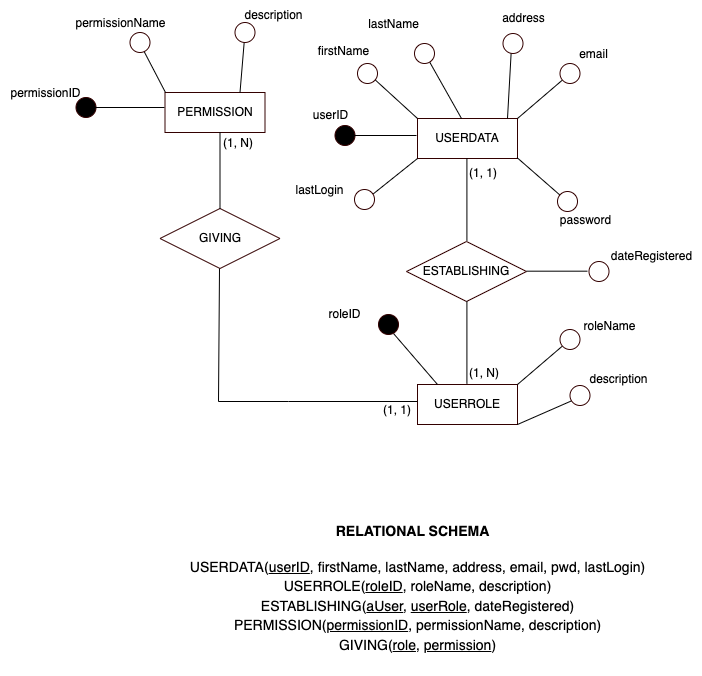
Before: schema/e-r_model_users.png, a diagram exported from draw.io (malrau/da_wp_project). Source tidied: cells renumbered, new cells last; positions are measured from the earlier drawing's top-left corner, leaving out a move shared by most shapes.
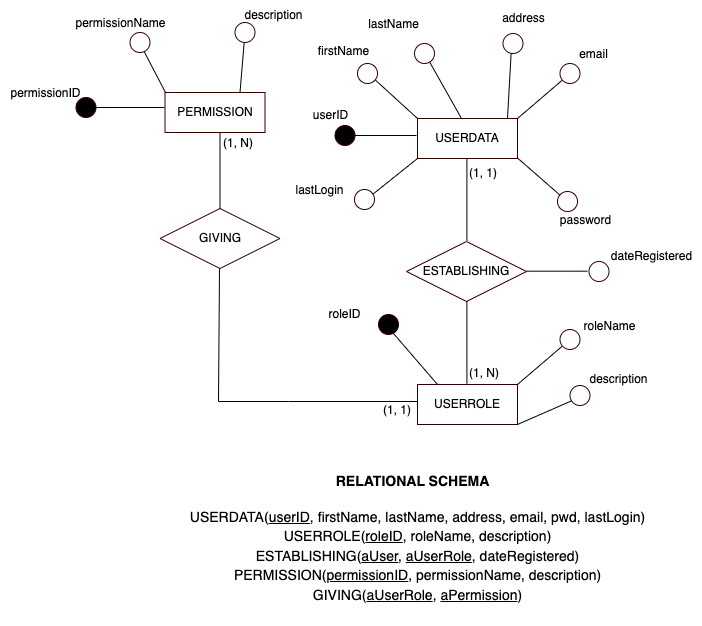
The same file after the commit.

Commit message:
Perform undone changes to user management database schema to avoid using MySQL keywords in table names and attribute names

What changed in the source:
```diff
@@ -107,11 +107,11 @@
     <mxCell id="27" value="password" style="text;html=1;align=center;verticalAlign=middle;strokeColor=none;fillColor=none;" parent="1" vertex="1">
       <mxGeometry x="550.5" y="205" width="70" height="30" as="geometry" />
     </mxCell>
-    <mxCell id="28" value="&lt;p style=&quot;line-height: 140%;&quot;&gt;USERDATA(&lt;u&gt;userID&lt;/u&gt;, firstName, lastName, address, email, pwd,&amp;nbsp;lastLogin)&lt;br&gt;USERROLE(&lt;u&gt;roleID&lt;/u&gt;, roleName, description)&lt;br style=&quot;border-color: var(--border-color);&quot;&gt;ESTABLISHING(&lt;u&gt;aUser&lt;/u&gt;, &lt;u&gt;userRole&lt;/u&gt;, dateRegistered)&lt;br&gt;PERMISSION(&lt;u&gt;permissionID&lt;/u&gt;, permissionName, description)&lt;br style=&quot;border-color: var(--border-color);&quot;&gt;GIVING(&lt;u&gt;role&lt;/u&gt;, &lt;u&gt;permission&lt;/u&gt;)&lt;br&gt;&lt;/p&gt;" style="text;html=1;align=center;verticalAlign=middle;strokeColor=none;fillColor=none;fontSize=14;" parent="1" vertex="1">
-      <mxGeometry x="178" y="536" width="480" height="140" as="geometry" />
+    <mxCell id="28" value="&lt;p style=&quot;line-height: 140%;&quot;&gt;USERDATA(&lt;u&gt;userID&lt;/u&gt;, firstName, lastName, address, email, pwd,&amp;nbsp;lastLogin)&lt;br&gt;USERROLE(&lt;u&gt;roleID&lt;/u&gt;, roleName, description)&lt;br style=&quot;border-color: var(--border-color);&quot;&gt;ESTABLISHING(&lt;u&gt;aUser&lt;/u&gt;, &lt;u&gt;aUserRole&lt;/u&gt;, dateRegistered)&lt;br&gt;PERMISSION(&lt;u&gt;permissionID&lt;/u&gt;, permissionName, description)&lt;br style=&quot;border-color: var(--border-color);&quot;&gt;GIVING(&lt;u&gt;aUserRole&lt;/u&gt;, &lt;u&gt;aPermission&lt;/u&gt;)&lt;br&gt;&lt;/p&gt;" style="text;html=1;align=center;verticalAlign=middle;strokeColor=none;fillColor=none;fontSize=14;" parent="1" vertex="1">
+      <mxGeometry x="178" y="486" width="480" height="140" as="geometry" />
     </mxCell>
     <mxCell id="29" value="&lt;b&gt;RELATIONAL SCHEMA&lt;/b&gt;" style="text;html=1;align=center;verticalAlign=middle;strokeColor=none;fillColor=none;fontSize=14;" parent="1" vertex="1">
-      <mxGeometry x="323" y="516" width="180" height="30" as="geometry" />
+      <mxGeometry x="323" y="466" width="180" height="30" as="geometry" />
     </mxCell>
     <mxCell id="30" value="userID" style="text;html=1;align=center;verticalAlign=middle;strokeColor=none;fillColor=none;" parent="1" vertex="1">
       <mxGeometry x="300.5" y="100" width="60" height="30" as="geometry" />
```
